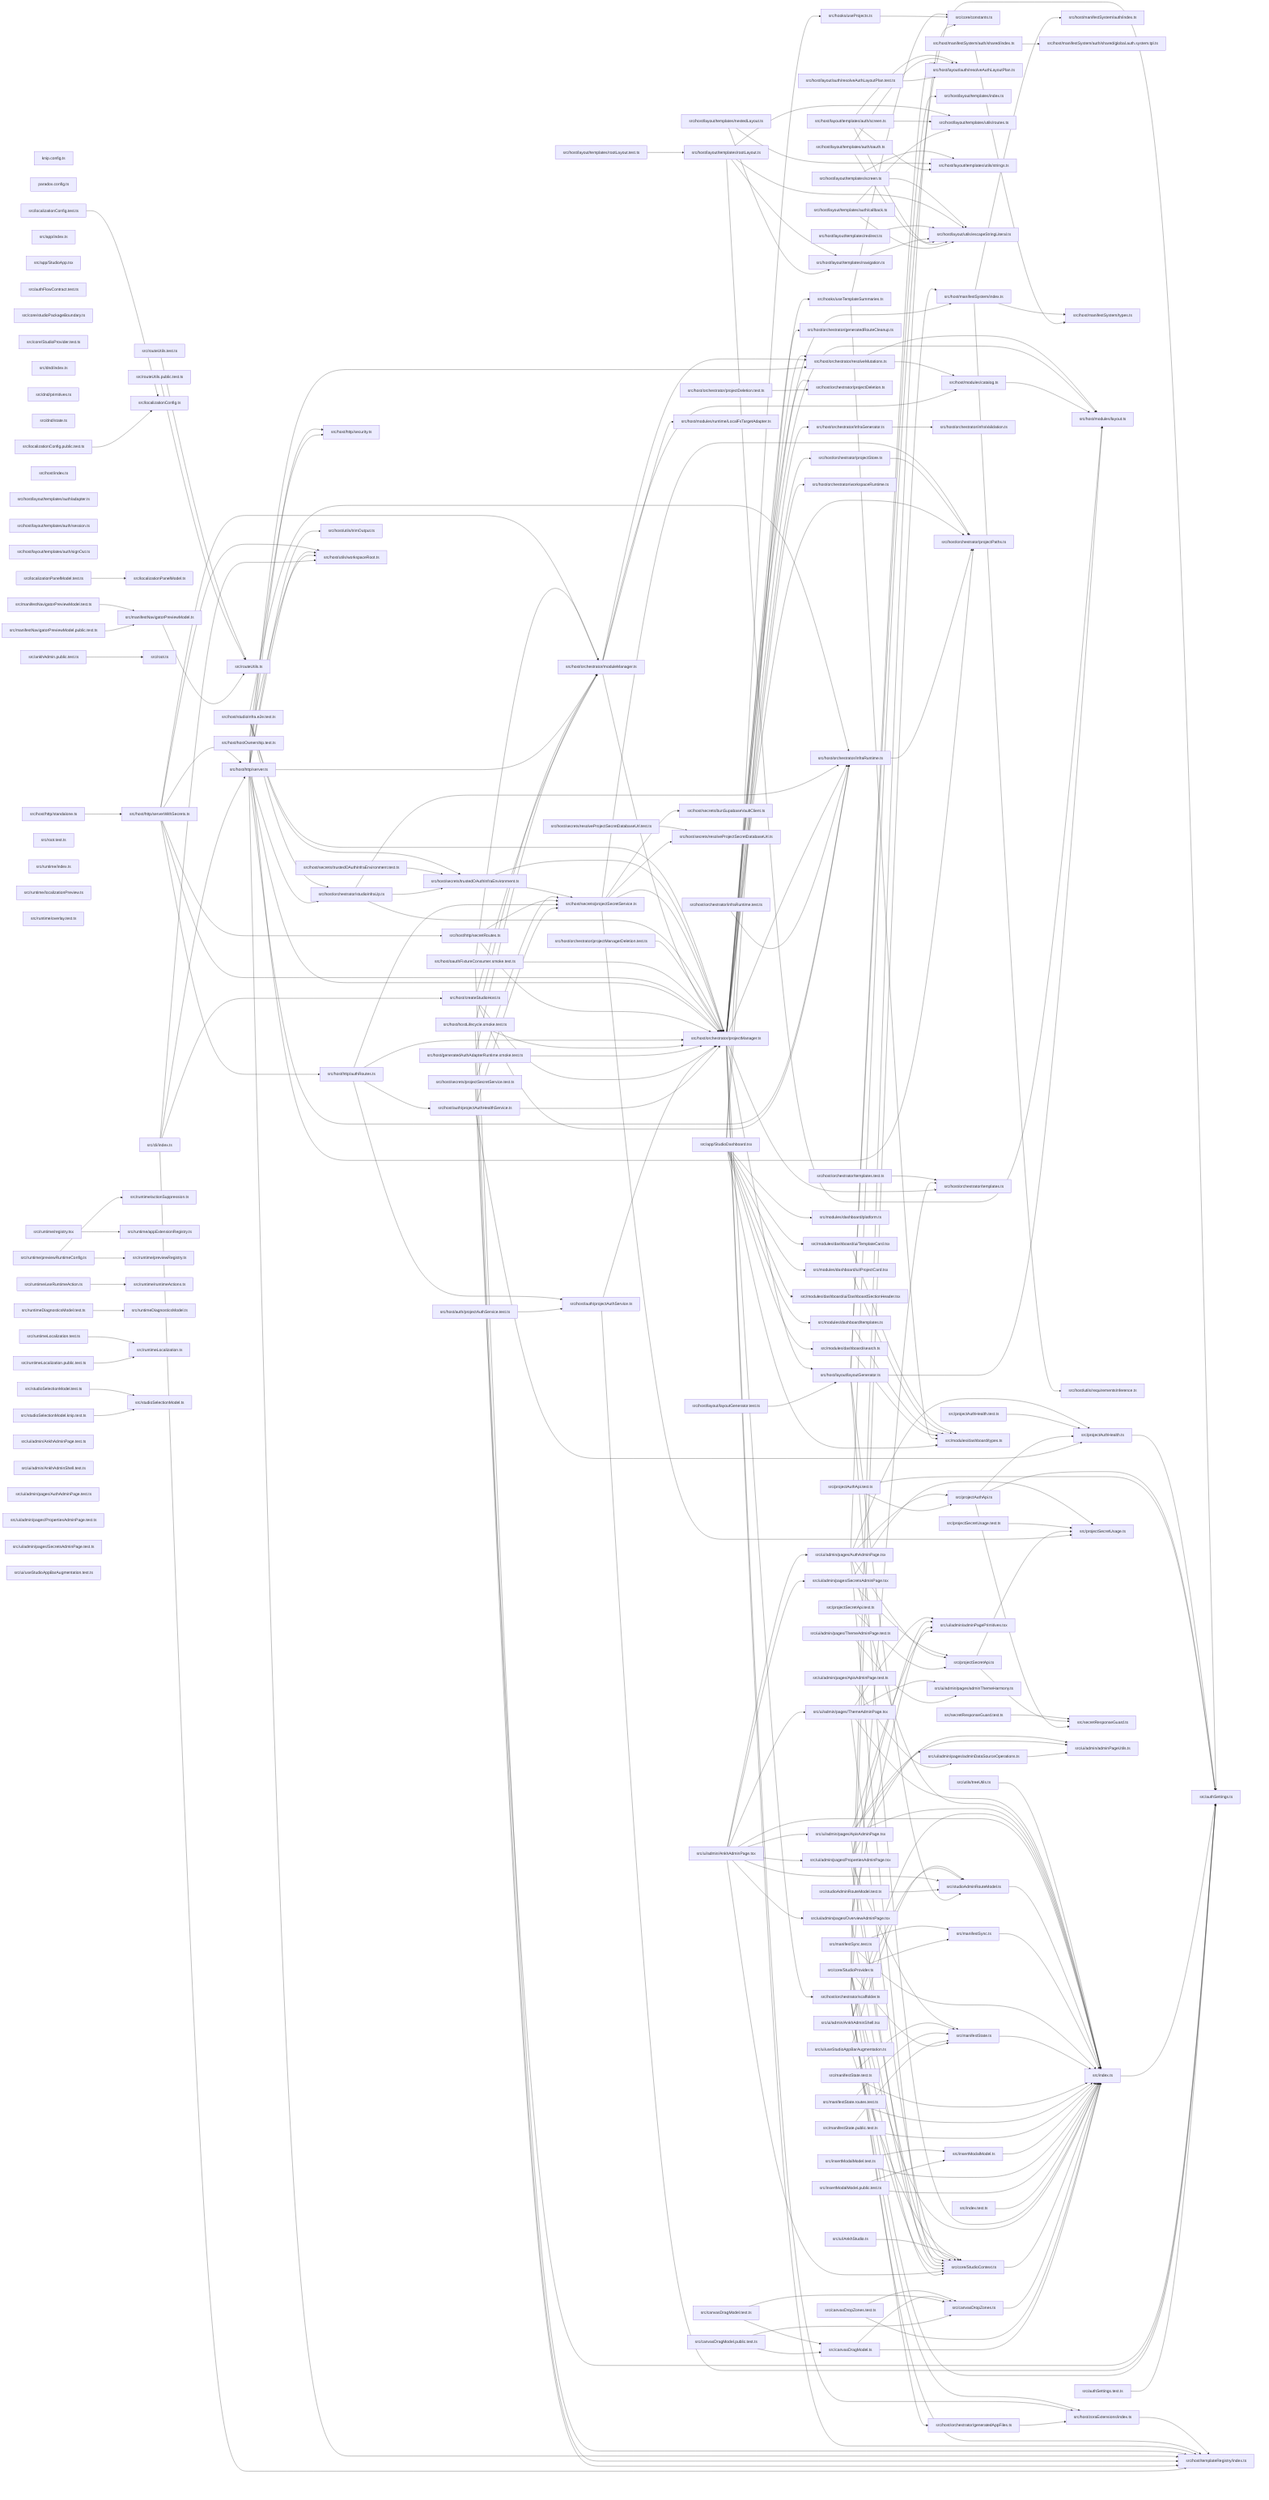
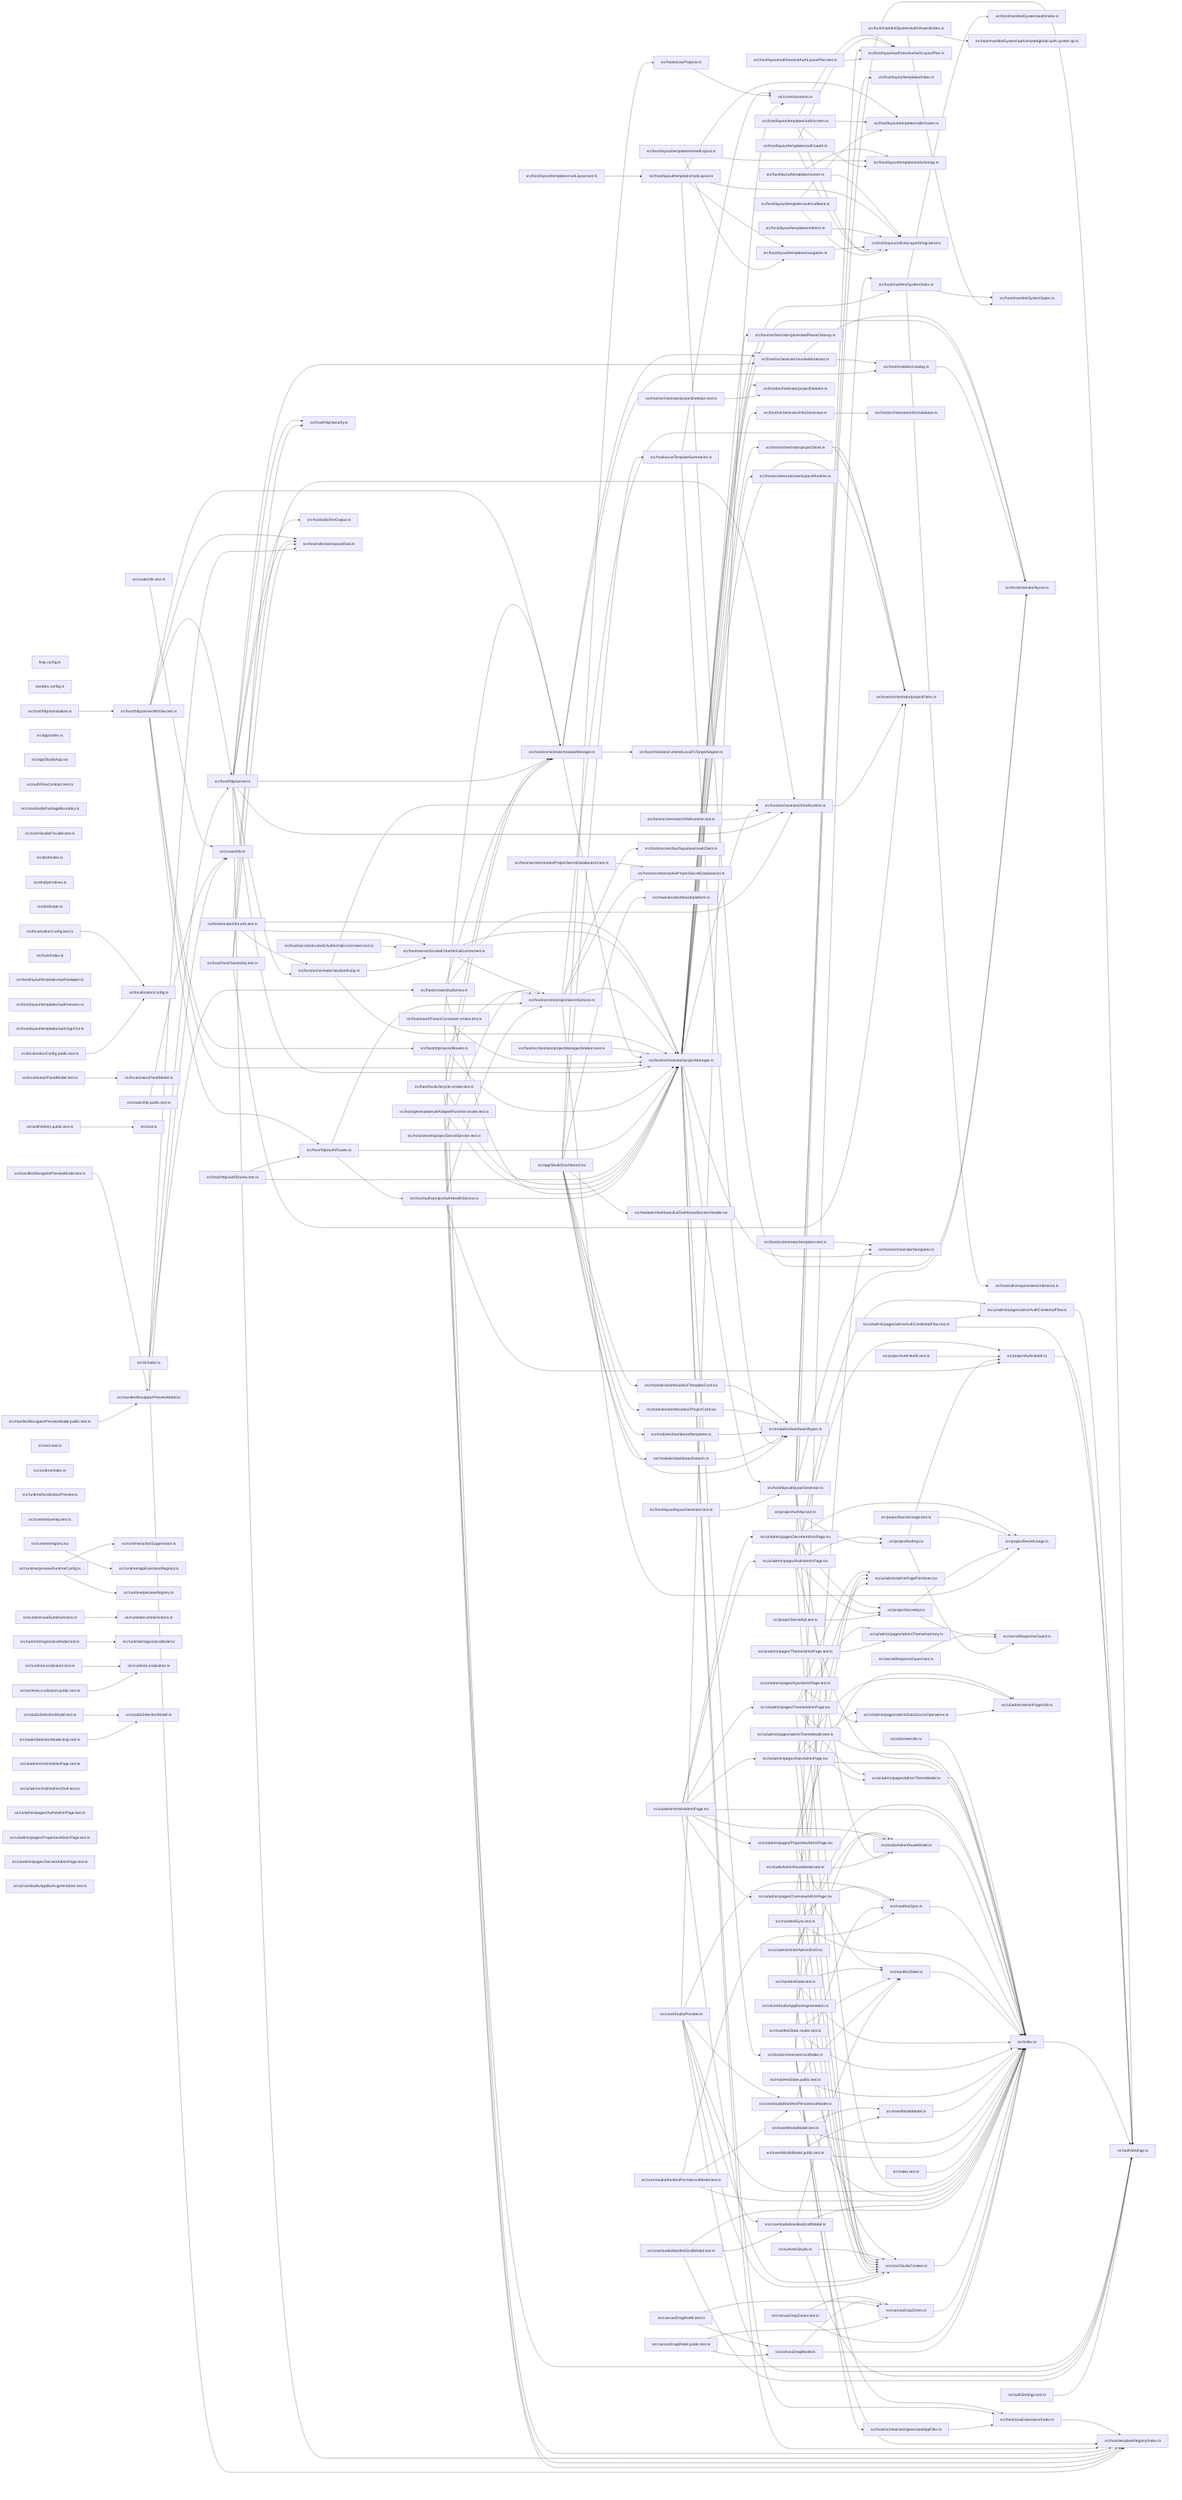
graph LR
  module_knip_config_ts["knip.config.ts"]
  module_paradox_config_ts["paradox.config.ts"]
  module_src_ankhAdmin_public_test_ts["src/ankhAdmin.public.test.ts"]
  module_src_app_index_ts["src/app/index.ts"]
  module_src_app_StudioApp_tsx["src/app/StudioApp.tsx"]
  module_src_app_StudioDashboard_tsx["src/app/StudioDashboard.tsx"]
  module_src_authFlowContract_test_ts["src/authFlowContract.test.ts"]
  module_src_authSettings_test_ts["src/authSettings.test.ts"]
  module_src_authSettings_ts["src/authSettings.ts"]
  module_src_canvasDragModel_public_test_ts["src/canvasDragModel.public.test.ts"]
  module_src_canvasDragModel_test_ts["src/canvasDragModel.test.ts"]
  module_src_canvasDragModel_ts["src/canvasDragModel.ts"]
  module_src_canvasDropZones_test_ts["src/canvasDropZones.test.ts"]
  module_src_canvasDropZones_ts["src/canvasDropZones.ts"]
  module_src_cli_index_ts["src/cli/index.ts"]
  module_src_core_constants_ts["src/core/constants.ts"]
  module_src_core_StudioContext_ts["src/core/StudioContext.ts"]
+   module_src_core_studioManifestDraftModel_test_ts["src/core/studioManifestDraftModel.test.ts"]
+   module_src_core_studioManifestDraftModel_ts["src/core/studioManifestDraftModel.ts"]
+   module_src_core_studioManifestPersistenceModel_test_ts["src/core/studioManifestPersistenceModel.test.ts"]
+   module_src_core_studioManifestPersistenceModel_ts["src/core/studioManifestPersistenceModel.ts"]
  module_src_core_studioPackageBoundary_ts["src/core/studioPackageBoundary.ts"]
  module_src_core_StudioProvider_test_ts["src/core/StudioProvider.test.ts"]
  module_src_core_StudioProvider_ts["src/core/StudioProvider.ts"]
  module_src_dnd_index_ts["src/dnd/index.ts"]
  module_src_dnd_primitives_ts["src/dnd/primitives.ts"]
  module_src_dnd_state_ts["src/dnd/state.ts"]
  module_src_hooks_useProjects_ts["src/hooks/useProjects.ts"]
  module_src_hooks_useTemplateSummaries_ts["src/hooks/useTemplateSummaries.ts"]
  module_src_host_auth_projectAuthHealthService_ts["src/host/auth/projectAuthHealthService.ts"]
-   module_src_host_auth_projectAuthService_test_ts["src/host/auth/projectAuthService.test.ts"]
-   module_src_host_auth_projectAuthService_ts["src/host/auth/projectAuthService.ts"]
  module_src_host_createStudioHost_ts["src/host/createStudioHost.ts"]
  module_src_host_generatedAuthAdapterRuntime_smoke_test_ts["src/host/generatedAuthAdapterRuntime.smoke.test.ts"]
  module_src_host_hostLifecycle_smoke_test_ts["src/host/hostLifecycle.smoke.test.ts"]
  module_src_host_hostOwnership_test_ts["src/host/hostOwnership.test.ts"]
+   module_src_host_http_authRoutes_test_ts["src/host/http/authRoutes.test.ts"]
  module_src_host_http_authRoutes_ts["src/host/http/authRoutes.ts"]
  module_src_host_http_secretRoutes_ts["src/host/http/secretRoutes.ts"]
  module_src_host_http_security_ts["src/host/http/security.ts"]
  module_src_host_http_server_ts["src/host/http/server.ts"]
  module_src_host_http_serverWithSecrets_ts["src/host/http/serverWithSecrets.ts"]
  module_src_host_http_standalone_ts["src/host/http/standalone.ts"]
  module_src_host_index_ts["src/host/index.ts"]
  module_src_host_layout_auth_resolveAuthLayoutPlan_test_ts["src/host/layout/auth/resolveAuthLayoutPlan.test.ts"]
  module_src_host_layout_auth_resolveAuthLayoutPlan_ts["src/host/layout/auth/resolveAuthLayoutPlan.ts"]
  module_src_host_layout_layoutGenerator_test_ts["src/host/layout/layoutGenerator.test.ts"]
  module_src_host_layout_layoutGenerator_ts["src/host/layout/layoutGenerator.ts"]
  module_src_host_layout_templates_auth_adapter_ts["src/host/layout/templates/auth/adapter.ts"]
  module_src_host_layout_templates_auth_callback_ts["src/host/layout/templates/auth/callback.ts"]
  module_src_host_layout_templates_auth_oauth_ts["src/host/layout/templates/auth/oauth.ts"]
  module_src_host_layout_templates_auth_screen_ts["src/host/layout/templates/auth/screen.ts"]
  module_src_host_layout_templates_auth_session_ts["src/host/layout/templates/auth/session.ts"]
  module_src_host_layout_templates_auth_signOut_ts["src/host/layout/templates/auth/signOut.ts"]
  module_src_host_layout_templates_index_ts["src/host/layout/templates/index.ts"]
  module_src_host_layout_templates_navigation_ts["src/host/layout/templates/navigation.ts"]
  module_src_host_layout_templates_nestedLayout_ts["src/host/layout/templates/nestedLayout.ts"]
  module_src_host_layout_templates_redirect_ts["src/host/layout/templates/redirect.ts"]
  module_src_host_layout_templates_rootLayout_test_ts["src/host/layout/templates/rootLayout.test.ts"]
  module_src_host_layout_templates_rootLayout_ts["src/host/layout/templates/rootLayout.ts"]
  module_src_host_layout_templates_screen_ts["src/host/layout/templates/screen.ts"]
  module_src_host_layout_templates_utils_routes_ts["src/host/layout/templates/utils/routes.ts"]
  module_src_host_layout_templates_utils_strings_ts["src/host/layout/templates/utils/strings.ts"]
  module_src_host_layout_utils_escapeStringLiteral_ts["src/host/layout/utils/escapeStringLiteral.ts"]
  module_src_host_manifestSystem_auth_index_ts["src/host/manifestSystem/auth/index.ts"]
  module_src_host_manifestSystem_auth_shared_global_auth_system_tpl_ts["src/host/manifestSystem/auth/shared/global.auth.system.tpl.ts"]
  module_src_host_manifestSystem_auth_shared_index_ts["src/host/manifestSystem/auth/shared/index.ts"]
  module_src_host_manifestSystem_index_ts["src/host/manifestSystem/index.ts"]
  module_src_host_manifestSystem_types_ts["src/host/manifestSystem/types.ts"]
  module_src_host_modules_catalog_ts["src/host/modules/catalog.ts"]
  module_src_host_modules_layout_ts["src/host/modules/layout.ts"]
  module_src_host_modules_runtime_LocalFsTargetAdapter_ts["src/host/modules/runtime/LocalFsTargetAdapter.ts"]
  module_src_host_oauthFixtureConsumer_smoke_test_ts["src/host/oauthFixtureConsumer.smoke.test.ts"]
  module_src_host_orchestrator_generatedAppFiles_ts["src/host/orchestrator/generatedAppFiles.ts"]
  module_src_host_orchestrator_generatedRouteCleanup_ts["src/host/orchestrator/generatedRouteCleanup.ts"]
  module_src_host_orchestrator_infraGenerator_ts["src/host/orchestrator/infraGenerator.ts"]
  module_src_host_orchestrator_infraRuntime_test_ts["src/host/orchestrator/infraRuntime.test.ts"]
  module_src_host_orchestrator_infraRuntime_ts["src/host/orchestrator/infraRuntime.ts"]
  module_src_host_orchestrator_infraValidation_ts["src/host/orchestrator/infraValidation.ts"]
  module_src_host_orchestrator_moduleManager_ts["src/host/orchestrator/moduleManager.ts"]
  module_src_host_orchestrator_projectDeletion_test_ts["src/host/orchestrator/projectDeletion.test.ts"]
  module_src_host_orchestrator_projectDeletion_ts["src/host/orchestrator/projectDeletion.ts"]
  module_src_host_orchestrator_projectManager_ts["src/host/orchestrator/projectManager.ts"]
  module_src_host_orchestrator_projectManagerDeletion_test_ts["src/host/orchestrator/projectManagerDeletion.test.ts"]
  module_src_host_orchestrator_projectPaths_ts["src/host/orchestrator/projectPaths.ts"]
  module_src_host_orchestrator_projectStore_ts["src/host/orchestrator/projectStore.ts"]
  module_src_host_orchestrator_resolveMutations_ts["src/host/orchestrator/resolveMutations.ts"]
  module_src_host_orchestrator_scaffolder_ts["src/host/orchestrator/scaffolder.ts"]
  module_src_host_orchestrator_studioInfraUp_ts["src/host/orchestrator/studioInfraUp.ts"]
  module_src_host_orchestrator_templates_test_ts["src/host/orchestrator/templates.test.ts"]
  module_src_host_orchestrator_templates_ts["src/host/orchestrator/templates.ts"]
  module_src_host_orchestrator_workspaceRuntime_ts["src/host/orchestrator/workspaceRuntime.ts"]
  module_src_host_secrets_bunSupabaseVaultClient_ts["src/host/secrets/bunSupabaseVaultClient.ts"]
  module_src_host_secrets_projectSecretService_test_ts["src/host/secrets/projectSecretService.test.ts"]
  module_src_host_secrets_projectSecretService_ts["src/host/secrets/projectSecretService.ts"]
  module_src_host_secrets_resolveProjectSecretDatabaseUrl_test_ts["src/host/secrets/resolveProjectSecretDatabaseUrl.test.ts"]
  module_src_host_secrets_resolveProjectSecretDatabaseUrl_ts["src/host/secrets/resolveProjectSecretDatabaseUrl.ts"]
  module_src_host_secrets_trustedOAuthInfraEnvironment_test_ts["src/host/secrets/trustedOAuthInfraEnvironment.test.ts"]
  module_src_host_secrets_trustedOAuthInfraEnvironment_ts["src/host/secrets/trustedOAuthInfraEnvironment.ts"]
  module_src_host_studioInfra_e2e_test_ts["src/host/studioInfra.e2e.test.ts"]
  module_src_host_templateRegistry_index_ts["src/host/templateRegistry/index.ts"]
  module_src_host_utils_requirementsInference_ts["src/host/utils/requirementsInference.ts"]
  module_src_host_utils_trimOutput_ts["src/host/utils/trimOutput.ts"]
  module_src_host_utils_workspaceRoot_ts["src/host/utils/workspaceRoot.ts"]
  module_src_host_zoraExtensions_index_ts["src/host/zoraExtensions/index.ts"]
  module_src_index_test_ts["src/index.test.ts"]
  module_src_index_ts["src/index.ts"]
  module_src_insertModalModel_public_test_ts["src/insertModalModel.public.test.ts"]
  module_src_insertModalModel_test_ts["src/insertModalModel.test.ts"]
  module_src_insertModalModel_ts["src/insertModalModel.ts"]
  module_src_localizationConfig_public_test_ts["src/localizationConfig.public.test.ts"]
  module_src_localizationConfig_test_ts["src/localizationConfig.test.ts"]
  module_src_localizationConfig_ts["src/localizationConfig.ts"]
  module_src_localizationPanelModel_test_ts["src/localizationPanelModel.test.ts"]
  module_src_localizationPanelModel_ts["src/localizationPanelModel.ts"]
  module_src_manifestNavigatorPreviewModel_public_test_ts["src/manifestNavigatorPreviewModel.public.test.ts"]
  module_src_manifestNavigatorPreviewModel_test_ts["src/manifestNavigatorPreviewModel.test.ts"]
  module_src_manifestNavigatorPreviewModel_ts["src/manifestNavigatorPreviewModel.ts"]
  module_src_manifestState_public_test_ts["src/manifestState.public.test.ts"]
  module_src_manifestState_routes_test_ts["src/manifestState.routes.test.ts"]
  module_src_manifestState_test_ts["src/manifestState.test.ts"]
  module_src_manifestState_ts["src/manifestState.ts"]
  module_src_manifestSync_test_ts["src/manifestSync.test.ts"]
  module_src_manifestSync_ts["src/manifestSync.ts"]
  module_src_modules_dashboard_platform_ts["src/modules/dashboard/platform.ts"]
  module_src_modules_dashboard_search_ts["src/modules/dashboard/search.ts"]
  module_src_modules_dashboard_templates_ts["src/modules/dashboard/templates.ts"]
  module_src_modules_dashboard_types_ts["src/modules/dashboard/types.ts"]
  module_src_modules_dashboard_ui_DashboardSectionHeader_tsx["src/modules/dashboard/ui/DashboardSectionHeader.tsx"]
  module_src_modules_dashboard_ui_ProjectCard_tsx["src/modules/dashboard/ui/ProjectCard.tsx"]
  module_src_modules_dashboard_ui_TemplateCard_tsx["src/modules/dashboard/ui/TemplateCard.tsx"]
  module_src_projectAuthApi_test_ts["src/projectAuthApi.test.ts"]
  module_src_projectAuthApi_ts["src/projectAuthApi.ts"]
  module_src_projectAuthHealth_test_ts["src/projectAuthHealth.test.ts"]
  module_src_projectAuthHealth_ts["src/projectAuthHealth.ts"]
  module_src_projectSecretApi_test_ts["src/projectSecretApi.test.ts"]
  module_src_projectSecretApi_ts["src/projectSecretApi.ts"]
  module_src_projectSecretUsage_test_ts["src/projectSecretUsage.test.ts"]
  module_src_projectSecretUsage_ts["src/projectSecretUsage.ts"]
  module_src_root_test_ts["src/root.test.ts"]
  module_src_root_ts["src/root.ts"]
  module_src_routeUtils_public_test_ts["src/routeUtils.public.test.ts"]
  module_src_routeUtils_test_ts["src/routeUtils.test.ts"]
  module_src_routeUtils_ts["src/routeUtils.ts"]
  module_src_runtime_actionSuppression_ts["src/runtime/actionSuppression.ts"]
  module_src_runtime_appExtensionRegistry_ts["src/runtime/appExtensionRegistry.ts"]
  module_src_runtime_index_ts["src/runtime/index.ts"]
  module_src_runtime_localizationPreview_ts["src/runtime/localizationPreview.ts"]
  module_src_runtime_overlay_test_ts["src/runtime/overlay.test.ts"]
  module_src_runtime_previewRegistry_ts["src/runtime/previewRegistry.ts"]
  module_src_runtime_previewRuntimeConfig_ts["src/runtime/previewRuntimeConfig.ts"]
  module_src_runtime_registry_tsx["src/runtime/registry.tsx"]
  module_src_runtime_runtimeActions_ts["src/runtime/runtimeActions.ts"]
  module_src_runtime_useRuntimeAction_ts["src/runtime/useRuntimeAction.ts"]
  module_src_runtimeDiagnosticsModel_test_ts["src/runtimeDiagnosticsModel.test.ts"]
  module_src_runtimeDiagnosticsModel_ts["src/runtimeDiagnosticsModel.ts"]
  module_src_runtimeLocalization_public_test_ts["src/runtimeLocalization.public.test.ts"]
  module_src_runtimeLocalization_test_ts["src/runtimeLocalization.test.ts"]
  module_src_runtimeLocalization_ts["src/runtimeLocalization.ts"]
  module_src_secretResponseGuard_test_ts["src/secretResponseGuard.test.ts"]
  module_src_secretResponseGuard_ts["src/secretResponseGuard.ts"]
  module_src_studioAdminRouteModel_test_ts["src/studioAdminRouteModel.test.ts"]
  module_src_studioAdminRouteModel_ts["src/studioAdminRouteModel.ts"]
  module_src_studioSelectionModel_knip_test_ts["src/studioSelectionModel.knip.test.ts"]
  module_src_studioSelectionModel_test_ts["src/studioSelectionModel.test.ts"]
  module_src_studioSelectionModel_ts["src/studioSelectionModel.ts"]
  module_src_ui_admin_adminPagePrimitives_tsx["src/ui/admin/adminPagePrimitives.tsx"]
  module_src_ui_admin_adminPageUtils_ts["src/ui/admin/adminPageUtils.ts"]
  module_src_ui_admin_AnkhAdminPage_test_ts["src/ui/admin/AnkhAdminPage.test.ts"]
  module_src_ui_admin_AnkhAdminPage_tsx["src/ui/admin/AnkhAdminPage.tsx"]
  module_src_ui_admin_AnkhAdminShell_test_ts["src/ui/admin/AnkhAdminShell.test.ts"]
  module_src_ui_admin_AnkhAdminShell_tsx["src/ui/admin/AnkhAdminShell.tsx"]
+   module_src_ui_admin_pages_adminAuthCredentialFlow_test_ts["src/ui/admin/pages/adminAuthCredentialFlow.test.ts"]
+   module_src_ui_admin_pages_adminAuthCredentialFlow_ts["src/ui/admin/pages/adminAuthCredentialFlow.ts"]
  module_src_ui_admin_pages_adminDataSourceOperations_ts["src/ui/admin/pages/adminDataSourceOperations.ts"]
  module_src_ui_admin_pages_adminThemeHarmony_ts["src/ui/admin/pages/adminThemeHarmony.ts"]
+   module_src_ui_admin_pages_adminThemeModel_test_ts["src/ui/admin/pages/adminThemeModel.test.ts"]
+   module_src_ui_admin_pages_adminThemeModel_ts["src/ui/admin/pages/adminThemeModel.ts"]
  module_src_ui_admin_pages_ApisAdminPage_test_ts["src/ui/admin/pages/ApisAdminPage.test.ts"]
  module_src_ui_admin_pages_ApisAdminPage_tsx["src/ui/admin/pages/ApisAdminPage.tsx"]
  module_src_ui_admin_pages_AuthAdminPage_test_ts["src/ui/admin/pages/AuthAdminPage.test.ts"]
  module_src_ui_admin_pages_AuthAdminPage_tsx["src/ui/admin/pages/AuthAdminPage.tsx"]
  module_src_ui_admin_pages_OverviewAdminPage_tsx["src/ui/admin/pages/OverviewAdminPage.tsx"]
  module_src_ui_admin_pages_PropertiesAdminPage_test_ts["src/ui/admin/pages/PropertiesAdminPage.test.ts"]
  module_src_ui_admin_pages_PropertiesAdminPage_tsx["src/ui/admin/pages/PropertiesAdminPage.tsx"]
  module_src_ui_admin_pages_SecretsAdminPage_test_ts["src/ui/admin/pages/SecretsAdminPage.test.ts"]
  module_src_ui_admin_pages_SecretsAdminPage_tsx["src/ui/admin/pages/SecretsAdminPage.tsx"]
  module_src_ui_admin_pages_ThemeAdminPage_test_ts["src/ui/admin/pages/ThemeAdminPage.test.ts"]
  module_src_ui_admin_pages_ThemeAdminPage_tsx["src/ui/admin/pages/ThemeAdminPage.tsx"]
  module_src_ui_AnkhStudio_ts["src/ui/AnkhStudio.ts"]
  module_src_ui_useStudioAppBarAugmentation_test_ts["src/ui/useStudioAppBarAugmentation.test.ts"]
  module_src_ui_useStudioAppBarAugmentation_ts["src/ui/useStudioAppBarAugmentation.ts"]
  module_src_utils_treeUtils_ts["src/utils/treeUtils.ts"]
  module_src_ankhAdmin_public_test_ts --> module_src_root_ts
  module_src_app_StudioDashboard_tsx --> module_src_hooks_useProjects_ts
  module_src_app_StudioDashboard_tsx --> module_src_hooks_useTemplateSummaries_ts
  module_src_app_StudioDashboard_tsx --> module_src_modules_dashboard_platform_ts
  module_src_app_StudioDashboard_tsx --> module_src_modules_dashboard_search_ts
  module_src_app_StudioDashboard_tsx --> module_src_modules_dashboard_templates_ts
  module_src_app_StudioDashboard_tsx --> module_src_modules_dashboard_types_ts
  module_src_app_StudioDashboard_tsx --> module_src_modules_dashboard_ui_DashboardSectionHeader_tsx
  module_src_app_StudioDashboard_tsx --> module_src_modules_dashboard_ui_ProjectCard_tsx
  module_src_app_StudioDashboard_tsx --> module_src_modules_dashboard_ui_TemplateCard_tsx
  module_src_authSettings_test_ts --> module_src_authSettings_ts
  module_src_canvasDragModel_public_test_ts --> module_src_canvasDragModel_ts
  module_src_canvasDragModel_public_test_ts --> module_src_canvasDropZones_ts
  module_src_canvasDragModel_test_ts --> module_src_canvasDragModel_ts
  module_src_canvasDragModel_test_ts --> module_src_canvasDropZones_ts
  module_src_canvasDragModel_ts --> module_src_canvasDropZones_ts
  module_src_canvasDragModel_ts --> module_src_index_ts
  module_src_canvasDropZones_test_ts --> module_src_canvasDropZones_ts
  module_src_canvasDropZones_test_ts --> module_src_index_ts
  module_src_canvasDropZones_ts --> module_src_index_ts
  module_src_cli_index_ts --> module_src_host_createStudioHost_ts
  module_src_cli_index_ts --> module_src_host_http_server_ts
  module_src_cli_index_ts --> module_src_host_templateRegistry_index_ts
  module_src_cli_index_ts --> module_src_host_utils_workspaceRoot_ts
  module_src_core_StudioContext_ts --> module_src_index_ts
+   module_src_core_studioManifestDraftModel_test_ts --> module_src_authSettings_ts
+   module_src_core_studioManifestDraftModel_test_ts --> module_src_core_studioManifestDraftModel_ts
+   module_src_core_studioManifestDraftModel_test_ts --> module_src_index_ts
+   module_src_core_studioManifestDraftModel_ts --> module_src_authSettings_ts
+   module_src_core_studioManifestDraftModel_ts --> module_src_index_ts
+   module_src_core_studioManifestDraftModel_ts --> module_src_manifestState_ts
+   module_src_core_studioManifestPersistenceModel_test_ts --> module_src_core_studioManifestPersistenceModel_ts
+   module_src_core_studioManifestPersistenceModel_test_ts --> module_src_index_ts
+   module_src_core_studioManifestPersistenceModel_test_ts --> module_src_manifestSync_ts
+   module_src_core_studioManifestPersistenceModel_ts --> module_src_index_ts
+   module_src_core_studioManifestPersistenceModel_ts --> module_src_manifestSync_ts
  module_src_core_StudioProvider_ts --> module_src_authSettings_ts
  module_src_core_StudioProvider_ts --> module_src_core_constants_ts
  module_src_core_StudioProvider_ts --> module_src_core_StudioContext_ts
+   module_src_core_StudioProvider_ts --> module_src_core_studioManifestDraftModel_ts
+   module_src_core_StudioProvider_ts --> module_src_core_studioManifestPersistenceModel_ts
  module_src_core_StudioProvider_ts --> module_src_index_ts
-   module_src_core_StudioProvider_ts --> module_src_manifestState_ts
  module_src_core_StudioProvider_ts --> module_src_manifestSync_ts
  module_src_hooks_useProjects_ts --> module_src_core_constants_ts
  module_src_hooks_useTemplateSummaries_ts --> module_src_core_constants_ts
  module_src_hooks_useTemplateSummaries_ts --> module_src_modules_dashboard_types_ts
  module_src_host_auth_projectAuthHealthService_ts --> module_src_host_orchestrator_projectManager_ts
  module_src_host_auth_projectAuthHealthService_ts --> module_src_host_secrets_projectSecretService_ts
  module_src_host_auth_projectAuthHealthService_ts --> module_src_projectAuthHealth_ts
-   module_src_host_auth_projectAuthService_test_ts --> module_src_host_auth_projectAuthService_ts
-   module_src_host_auth_projectAuthService_ts --> module_src_authSettings_ts
-   module_src_host_auth_projectAuthService_ts --> module_src_host_orchestrator_projectManager_ts
  module_src_host_createStudioHost_ts --> module_src_host_orchestrator_infraRuntime_ts
  module_src_host_createStudioHost_ts --> module_src_host_orchestrator_moduleManager_ts
  module_src_host_createStudioHost_ts --> module_src_host_orchestrator_projectManager_ts
  module_src_host_generatedAuthAdapterRuntime_smoke_test_ts --> module_src_host_orchestrator_moduleManager_ts
  module_src_host_generatedAuthAdapterRuntime_smoke_test_ts --> module_src_host_orchestrator_projectManager_ts
  module_src_host_generatedAuthAdapterRuntime_smoke_test_ts --> module_src_host_templateRegistry_index_ts
  module_src_host_hostLifecycle_smoke_test_ts --> module_src_host_orchestrator_moduleManager_ts
  module_src_host_hostLifecycle_smoke_test_ts --> module_src_host_orchestrator_projectManager_ts
  module_src_host_hostLifecycle_smoke_test_ts --> module_src_host_templateRegistry_index_ts
  module_src_host_hostOwnership_test_ts --> module_src_host_http_security_ts
  module_src_host_hostOwnership_test_ts --> module_src_host_orchestrator_projectPaths_ts
  module_src_host_hostOwnership_test_ts --> module_src_host_utils_workspaceRoot_ts
+   module_src_host_http_authRoutes_test_ts --> module_src_host_http_authRoutes_ts
+   module_src_host_http_authRoutes_test_ts --> module_src_host_orchestrator_projectManager_ts
  module_src_host_http_authRoutes_ts --> module_src_host_auth_projectAuthHealthService_ts
-   module_src_host_http_authRoutes_ts --> module_src_host_auth_projectAuthService_ts
  module_src_host_http_authRoutes_ts --> module_src_host_orchestrator_projectManager_ts
  module_src_host_http_authRoutes_ts --> module_src_host_secrets_projectSecretService_ts
  module_src_host_http_secretRoutes_ts --> module_src_host_orchestrator_projectManager_ts
  module_src_host_http_secretRoutes_ts --> module_src_host_secrets_projectSecretService_ts
  module_src_host_http_server_ts --> module_src_host_http_security_ts
  module_src_host_http_server_ts --> module_src_host_orchestrator_infraRuntime_ts
  module_src_host_http_server_ts --> module_src_host_orchestrator_moduleManager_ts
  module_src_host_http_server_ts --> module_src_host_orchestrator_projectManager_ts
  module_src_host_http_server_ts --> module_src_host_orchestrator_resolveMutations_ts
  module_src_host_http_server_ts --> module_src_host_orchestrator_studioInfraUp_ts
  module_src_host_http_server_ts --> module_src_host_templateRegistry_index_ts
  module_src_host_http_server_ts --> module_src_host_utils_trimOutput_ts
  module_src_host_http_server_ts --> module_src_host_utils_workspaceRoot_ts
  module_src_host_http_serverWithSecrets_ts --> module_src_host_http_authRoutes_ts
  module_src_host_http_serverWithSecrets_ts --> module_src_host_http_secretRoutes_ts
  module_src_host_http_serverWithSecrets_ts --> module_src_host_http_server_ts
  module_src_host_http_serverWithSecrets_ts --> module_src_host_orchestrator_moduleManager_ts
  module_src_host_http_serverWithSecrets_ts --> module_src_host_orchestrator_projectManager_ts
  module_src_host_http_serverWithSecrets_ts --> module_src_host_utils_workspaceRoot_ts
  module_src_host_http_standalone_ts --> module_src_host_http_serverWithSecrets_ts
  module_src_host_layout_auth_resolveAuthLayoutPlan_test_ts --> module_src_host_layout_auth_resolveAuthLayoutPlan_ts
  module_src_host_layout_layoutGenerator_test_ts --> module_src_host_layout_layoutGenerator_ts
  module_src_host_layout_layoutGenerator_ts --> module_src_host_layout_auth_resolveAuthLayoutPlan_ts
  module_src_host_layout_layoutGenerator_ts --> module_src_host_layout_templates_index_ts
  module_src_host_layout_layoutGenerator_ts --> module_src_host_modules_layout_ts
  module_src_host_layout_layoutGenerator_ts --> module_src_index_ts
  module_src_host_layout_layoutGenerator_ts --> module_src_studioAdminRouteModel_ts
  module_src_host_layout_templates_auth_callback_ts --> module_src_host_layout_templates_utils_routes_ts
  module_src_host_layout_templates_auth_callback_ts --> module_src_host_layout_utils_escapeStringLiteral_ts
  module_src_host_layout_templates_auth_oauth_ts --> module_src_host_layout_auth_resolveAuthLayoutPlan_ts
  module_src_host_layout_templates_auth_oauth_ts --> module_src_host_layout_utils_escapeStringLiteral_ts
  module_src_host_layout_templates_auth_screen_ts --> module_src_host_layout_auth_resolveAuthLayoutPlan_ts
  module_src_host_layout_templates_auth_screen_ts --> module_src_host_layout_templates_utils_routes_ts
  module_src_host_layout_templates_auth_screen_ts --> module_src_host_layout_templates_utils_strings_ts
  module_src_host_layout_templates_auth_screen_ts --> module_src_host_layout_utils_escapeStringLiteral_ts
  module_src_host_layout_templates_navigation_ts --> module_src_host_layout_utils_escapeStringLiteral_ts
  module_src_host_layout_templates_nestedLayout_ts --> module_src_host_layout_templates_navigation_ts
  module_src_host_layout_templates_nestedLayout_ts --> module_src_host_layout_templates_utils_strings_ts
  module_src_host_layout_templates_redirect_ts --> module_src_host_layout_utils_escapeStringLiteral_ts
  module_src_host_layout_templates_rootLayout_test_ts --> module_src_host_layout_templates_rootLayout_ts
  module_src_host_layout_templates_rootLayout_ts --> module_src_host_layout_templates_navigation_ts
  module_src_host_layout_templates_rootLayout_ts --> module_src_host_layout_templates_utils_routes_ts
  module_src_host_layout_templates_rootLayout_ts --> module_src_host_layout_utils_escapeStringLiteral_ts
  module_src_host_layout_templates_rootLayout_ts --> module_src_host_modules_layout_ts
  module_src_host_layout_templates_screen_ts --> module_src_host_layout_templates_utils_strings_ts
  module_src_host_layout_templates_screen_ts --> module_src_host_layout_utils_escapeStringLiteral_ts
  module_src_host_manifestSystem_auth_shared_index_ts --> module_src_host_manifestSystem_auth_shared_global_auth_system_tpl_ts
  module_src_host_manifestSystem_auth_shared_index_ts --> module_src_host_manifestSystem_types_ts
  module_src_host_manifestSystem_index_ts --> module_src_host_manifestSystem_auth_index_ts
  module_src_host_manifestSystem_index_ts --> module_src_host_manifestSystem_types_ts
  module_src_host_manifestSystem_index_ts --> module_src_host_utils_requirementsInference_ts
  module_src_host_modules_catalog_ts --> module_src_host_modules_layout_ts
  module_src_host_oauthFixtureConsumer_smoke_test_ts --> module_src_host_orchestrator_moduleManager_ts
  module_src_host_oauthFixtureConsumer_smoke_test_ts --> module_src_host_orchestrator_projectManager_ts
  module_src_host_oauthFixtureConsumer_smoke_test_ts --> module_src_host_templateRegistry_index_ts
  module_src_host_orchestrator_generatedAppFiles_ts --> module_src_host_zoraExtensions_index_ts
  module_src_host_orchestrator_infraGenerator_ts --> module_src_host_orchestrator_infraValidation_ts
  module_src_host_orchestrator_infraRuntime_test_ts --> module_src_host_orchestrator_infraRuntime_ts
  module_src_host_orchestrator_infraRuntime_ts --> module_src_host_orchestrator_projectPaths_ts
  module_src_host_orchestrator_moduleManager_ts --> module_src_host_modules_catalog_ts
  module_src_host_orchestrator_moduleManager_ts --> module_src_host_modules_runtime_LocalFsTargetAdapter_ts
  module_src_host_orchestrator_moduleManager_ts --> module_src_host_orchestrator_projectManager_ts
  module_src_host_orchestrator_moduleManager_ts --> module_src_host_orchestrator_resolveMutations_ts
  module_src_host_orchestrator_projectDeletion_test_ts --> module_src_host_orchestrator_projectDeletion_ts
  module_src_host_orchestrator_projectManager_ts --> module_src_host_layout_layoutGenerator_ts
  module_src_host_orchestrator_projectManager_ts --> module_src_host_manifestSystem_index_ts
  module_src_host_orchestrator_projectManager_ts --> module_src_host_modules_layout_ts
  module_src_host_orchestrator_projectManager_ts --> module_src_host_orchestrator_generatedRouteCleanup_ts
  module_src_host_orchestrator_projectManager_ts --> module_src_host_orchestrator_infraGenerator_ts
  module_src_host_orchestrator_projectManager_ts --> module_src_host_orchestrator_infraRuntime_ts
  module_src_host_orchestrator_projectManager_ts --> module_src_host_orchestrator_projectDeletion_ts
  module_src_host_orchestrator_projectManager_ts --> module_src_host_orchestrator_projectPaths_ts
  module_src_host_orchestrator_projectManager_ts --> module_src_host_orchestrator_projectStore_ts
  module_src_host_orchestrator_projectManager_ts --> module_src_host_orchestrator_resolveMutations_ts
  module_src_host_orchestrator_projectManager_ts --> module_src_host_orchestrator_scaffolder_ts
  module_src_host_orchestrator_projectManager_ts --> module_src_host_orchestrator_templates_ts
  module_src_host_orchestrator_projectManager_ts --> module_src_host_orchestrator_workspaceRuntime_ts
  module_src_host_orchestrator_projectManager_ts --> module_src_host_templateRegistry_index_ts
  module_src_host_orchestrator_projectManager_ts --> module_src_host_zoraExtensions_index_ts
  module_src_host_orchestrator_projectManagerDeletion_test_ts --> module_src_host_orchestrator_projectManager_ts
  module_src_host_orchestrator_projectStore_ts --> module_src_host_orchestrator_projectPaths_ts
  module_src_host_orchestrator_resolveMutations_ts --> module_src_host_modules_catalog_ts
  module_src_host_orchestrator_resolveMutations_ts --> module_src_host_modules_layout_ts
  module_src_host_orchestrator_scaffolder_ts --> module_src_host_manifestSystem_index_ts
  module_src_host_orchestrator_scaffolder_ts --> module_src_host_orchestrator_generatedAppFiles_ts
  module_src_host_orchestrator_scaffolder_ts --> module_src_host_orchestrator_templates_ts
  module_src_host_orchestrator_scaffolder_ts --> module_src_host_templateRegistry_index_ts
  module_src_host_orchestrator_scaffolder_ts --> module_src_host_zoraExtensions_index_ts
  module_src_host_orchestrator_studioInfraUp_ts --> module_src_host_orchestrator_infraRuntime_ts
  module_src_host_orchestrator_studioInfraUp_ts --> module_src_host_orchestrator_projectManager_ts
  module_src_host_orchestrator_studioInfraUp_ts --> module_src_host_secrets_trustedOAuthInfraEnvironment_ts
  module_src_host_orchestrator_templates_test_ts --> module_src_host_orchestrator_templates_ts
  module_src_host_secrets_projectSecretService_test_ts --> module_src_authSettings_ts
  module_src_host_secrets_projectSecretService_test_ts --> module_src_host_secrets_projectSecretService_ts
  module_src_host_secrets_projectSecretService_ts --> module_src_host_orchestrator_projectManager_ts
  module_src_host_secrets_projectSecretService_ts --> module_src_host_orchestrator_projectPaths_ts
  module_src_host_secrets_projectSecretService_ts --> module_src_host_secrets_bunSupabaseVaultClient_ts
  module_src_host_secrets_projectSecretService_ts --> module_src_host_secrets_resolveProjectSecretDatabaseUrl_ts
  module_src_host_secrets_projectSecretService_ts --> module_src_projectSecretUsage_ts
  module_src_host_secrets_resolveProjectSecretDatabaseUrl_test_ts --> module_src_host_secrets_resolveProjectSecretDatabaseUrl_ts
  module_src_host_secrets_trustedOAuthInfraEnvironment_test_ts --> module_src_host_secrets_trustedOAuthInfraEnvironment_ts
  module_src_host_secrets_trustedOAuthInfraEnvironment_ts --> module_src_host_orchestrator_projectManager_ts
  module_src_host_secrets_trustedOAuthInfraEnvironment_ts --> module_src_host_secrets_projectSecretService_ts
  module_src_host_studioInfra_e2e_test_ts --> module_src_host_orchestrator_infraRuntime_ts
  module_src_host_studioInfra_e2e_test_ts --> module_src_host_orchestrator_projectManager_ts
  module_src_host_studioInfra_e2e_test_ts --> module_src_host_orchestrator_studioInfraUp_ts
  module_src_host_studioInfra_e2e_test_ts --> module_src_host_secrets_trustedOAuthInfraEnvironment_ts
  module_src_host_zoraExtensions_index_ts --> module_src_host_templateRegistry_index_ts
  module_src_index_test_ts --> module_src_index_ts
  module_src_index_ts --> module_src_authSettings_ts
  module_src_insertModalModel_public_test_ts --> module_src_index_ts
  module_src_insertModalModel_public_test_ts --> module_src_insertModalModel_ts
  module_src_insertModalModel_test_ts --> module_src_index_ts
  module_src_insertModalModel_test_ts --> module_src_insertModalModel_ts
  module_src_insertModalModel_ts --> module_src_index_ts
  module_src_localizationConfig_public_test_ts --> module_src_localizationConfig_ts
  module_src_localizationConfig_test_ts --> module_src_localizationConfig_ts
  module_src_localizationPanelModel_test_ts --> module_src_localizationPanelModel_ts
  module_src_manifestNavigatorPreviewModel_public_test_ts --> module_src_manifestNavigatorPreviewModel_ts
  module_src_manifestNavigatorPreviewModel_test_ts --> module_src_manifestNavigatorPreviewModel_ts
  module_src_manifestNavigatorPreviewModel_ts --> module_src_routeUtils_ts
  module_src_manifestState_public_test_ts --> module_src_index_ts
  module_src_manifestState_public_test_ts --> module_src_manifestState_ts
  module_src_manifestState_routes_test_ts --> module_src_index_ts
  module_src_manifestState_routes_test_ts --> module_src_manifestState_ts
  module_src_manifestState_test_ts --> module_src_index_ts
  module_src_manifestState_test_ts --> module_src_manifestState_ts
  module_src_manifestState_ts --> module_src_index_ts
  module_src_manifestSync_test_ts --> module_src_index_ts
  module_src_manifestSync_test_ts --> module_src_manifestSync_ts
  module_src_manifestSync_ts --> module_src_index_ts
  module_src_modules_dashboard_search_ts --> module_src_modules_dashboard_types_ts
  module_src_modules_dashboard_templates_ts --> module_src_modules_dashboard_types_ts
  module_src_modules_dashboard_ui_ProjectCard_tsx --> module_src_modules_dashboard_types_ts
  module_src_modules_dashboard_ui_TemplateCard_tsx --> module_src_modules_dashboard_types_ts
-   module_src_projectAuthApi_test_ts --> module_src_authSettings_ts
  module_src_projectAuthApi_test_ts --> module_src_projectAuthApi_ts
-   module_src_projectAuthApi_ts --> module_src_authSettings_ts
  module_src_projectAuthApi_ts --> module_src_projectAuthHealth_ts
  module_src_projectAuthApi_ts --> module_src_secretResponseGuard_ts
  module_src_projectAuthHealth_test_ts --> module_src_projectAuthHealth_ts
  module_src_projectAuthHealth_ts --> module_src_authSettings_ts
  module_src_projectSecretApi_test_ts --> module_src_projectSecretApi_ts
  module_src_projectSecretApi_ts --> module_src_projectSecretUsage_ts
  module_src_projectSecretApi_ts --> module_src_secretResponseGuard_ts
  module_src_projectSecretUsage_test_ts --> module_src_projectSecretUsage_ts
  module_src_routeUtils_public_test_ts --> module_src_routeUtils_ts
  module_src_routeUtils_test_ts --> module_src_routeUtils_ts
  module_src_runtime_previewRuntimeConfig_ts --> module_src_runtime_actionSuppression_ts
  module_src_runtime_previewRuntimeConfig_ts --> module_src_runtime_previewRegistry_ts
  module_src_runtime_registry_tsx --> module_src_runtime_appExtensionRegistry_ts
  module_src_runtime_useRuntimeAction_ts --> module_src_runtime_runtimeActions_ts
  module_src_runtimeDiagnosticsModel_test_ts --> module_src_runtimeDiagnosticsModel_ts
  module_src_runtimeLocalization_public_test_ts --> module_src_runtimeLocalization_ts
  module_src_runtimeLocalization_test_ts --> module_src_runtimeLocalization_ts
  module_src_secretResponseGuard_test_ts --> module_src_secretResponseGuard_ts
  module_src_studioAdminRouteModel_test_ts --> module_src_studioAdminRouteModel_ts
  module_src_studioAdminRouteModel_ts --> module_src_index_ts
  module_src_studioSelectionModel_knip_test_ts --> module_src_studioSelectionModel_ts
  module_src_studioSelectionModel_test_ts --> module_src_studioSelectionModel_ts
  module_src_ui_admin_AnkhAdminPage_tsx --> module_src_core_StudioContext_ts
  module_src_ui_admin_AnkhAdminPage_tsx --> module_src_index_ts
  module_src_ui_admin_AnkhAdminPage_tsx --> module_src_studioAdminRouteModel_ts
  module_src_ui_admin_AnkhAdminPage_tsx --> module_src_ui_admin_pages_ApisAdminPage_tsx
  module_src_ui_admin_AnkhAdminPage_tsx --> module_src_ui_admin_pages_AuthAdminPage_tsx
  module_src_ui_admin_AnkhAdminPage_tsx --> module_src_ui_admin_pages_OverviewAdminPage_tsx
  module_src_ui_admin_AnkhAdminPage_tsx --> module_src_ui_admin_pages_PropertiesAdminPage_tsx
  module_src_ui_admin_AnkhAdminPage_tsx --> module_src_ui_admin_pages_SecretsAdminPage_tsx
  module_src_ui_admin_AnkhAdminPage_tsx --> module_src_ui_admin_pages_ThemeAdminPage_tsx
  module_src_ui_admin_AnkhAdminShell_tsx --> module_src_core_StudioContext_ts
  module_src_ui_admin_AnkhAdminShell_tsx --> module_src_index_ts
  module_src_ui_admin_AnkhAdminShell_tsx --> module_src_studioAdminRouteModel_ts
+   module_src_ui_admin_pages_adminAuthCredentialFlow_test_ts --> module_src_authSettings_ts
+   module_src_ui_admin_pages_adminAuthCredentialFlow_test_ts --> module_src_ui_admin_pages_adminAuthCredentialFlow_ts
+   module_src_ui_admin_pages_adminAuthCredentialFlow_ts --> module_src_authSettings_ts
  module_src_ui_admin_pages_adminDataSourceOperations_ts --> module_src_ui_admin_adminPageUtils_ts
+   module_src_ui_admin_pages_adminThemeModel_test_ts --> module_src_ui_admin_pages_adminThemeModel_ts
+   module_src_ui_admin_pages_adminThemeModel_ts --> module_src_index_ts
  module_src_ui_admin_pages_ApisAdminPage_test_ts --> module_src_ui_admin_pages_adminDataSourceOperations_ts
  module_src_ui_admin_pages_ApisAdminPage_tsx --> module_src_core_StudioContext_ts
  module_src_ui_admin_pages_ApisAdminPage_tsx --> module_src_index_ts
  module_src_ui_admin_pages_ApisAdminPage_tsx --> module_src_ui_admin_adminPagePrimitives_tsx
  module_src_ui_admin_pages_ApisAdminPage_tsx --> module_src_ui_admin_adminPageUtils_ts
  module_src_ui_admin_pages_ApisAdminPage_tsx --> module_src_ui_admin_pages_adminDataSourceOperations_ts
  module_src_ui_admin_pages_AuthAdminPage_tsx --> module_src_authSettings_ts
  module_src_ui_admin_pages_AuthAdminPage_tsx --> module_src_core_StudioContext_ts
  module_src_ui_admin_pages_AuthAdminPage_tsx --> module_src_index_ts
  module_src_ui_admin_pages_AuthAdminPage_tsx --> module_src_projectAuthApi_ts
  module_src_ui_admin_pages_AuthAdminPage_tsx --> module_src_projectAuthHealth_ts
  module_src_ui_admin_pages_AuthAdminPage_tsx --> module_src_projectSecretApi_ts
+   module_src_ui_admin_pages_AuthAdminPage_tsx --> module_src_ui_admin_pages_adminAuthCredentialFlow_ts
  module_src_ui_admin_pages_OverviewAdminPage_tsx --> module_src_core_StudioContext_ts
  module_src_ui_admin_pages_OverviewAdminPage_tsx --> module_src_ui_admin_adminPagePrimitives_tsx
  module_src_ui_admin_pages_PropertiesAdminPage_tsx --> module_src_core_StudioContext_ts
  module_src_ui_admin_pages_PropertiesAdminPage_tsx --> module_src_manifestState_ts
  module_src_ui_admin_pages_PropertiesAdminPage_tsx --> module_src_ui_admin_adminPagePrimitives_tsx
  module_src_ui_admin_pages_PropertiesAdminPage_tsx --> module_src_ui_admin_adminPageUtils_ts
  module_src_ui_admin_pages_SecretsAdminPage_tsx --> module_src_projectSecretApi_ts
  module_src_ui_admin_pages_SecretsAdminPage_tsx --> module_src_projectSecretUsage_ts
  module_src_ui_admin_pages_ThemeAdminPage_test_ts --> module_src_ui_admin_pages_adminThemeHarmony_ts
  module_src_ui_admin_pages_ThemeAdminPage_tsx --> module_src_core_StudioContext_ts
  module_src_ui_admin_pages_ThemeAdminPage_tsx --> module_src_index_ts
  module_src_ui_admin_pages_ThemeAdminPage_tsx --> module_src_ui_admin_adminPagePrimitives_tsx
  module_src_ui_admin_pages_ThemeAdminPage_tsx --> module_src_ui_admin_pages_adminThemeHarmony_ts
+   module_src_ui_admin_pages_ThemeAdminPage_tsx --> module_src_ui_admin_pages_adminThemeModel_ts
  module_src_ui_AnkhStudio_ts --> module_src_core_StudioContext_ts
  module_src_ui_useStudioAppBarAugmentation_ts --> module_src_core_StudioContext_ts
  module_src_ui_useStudioAppBarAugmentation_ts --> module_src_studioAdminRouteModel_ts
  module_src_utils_treeUtils_ts --> module_src_index_ts
